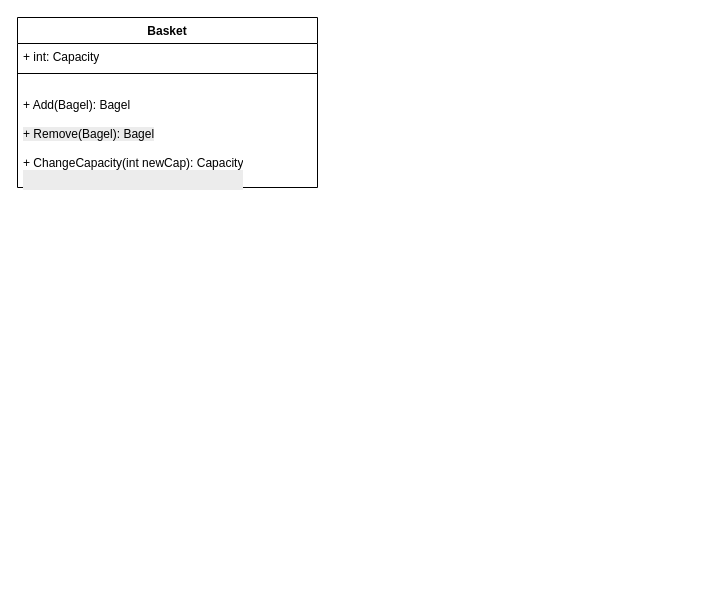
Earlier version of the draw.io diagram BobsBagel.drawio (Isabelltran/csharp-tdd-oop-bobs-bagels). Source tidied: cells renumbered, new cells numbered last; positions are measured from the earlier drawing's top-left corner, leaving out a move shared by most shapes. Both pictures are drawn from the tidied source at 100%, with x=0, y=0 at pixel (17, 17).
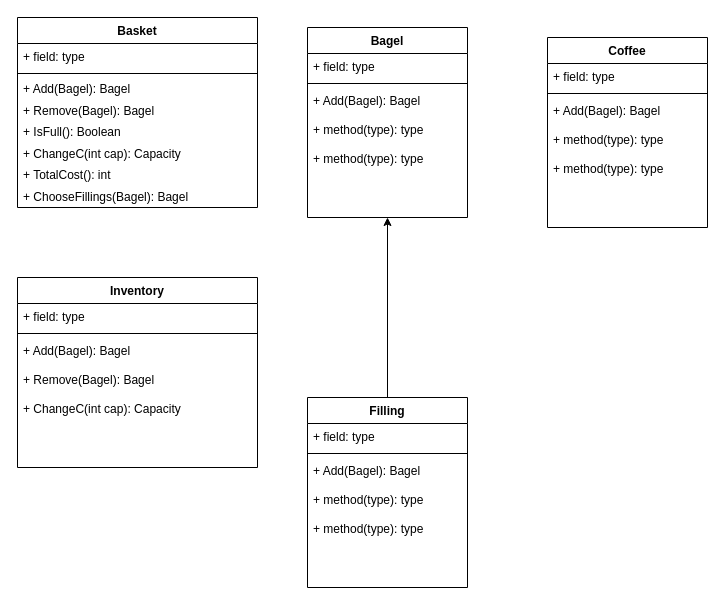
The same diagram, later.

Diff of the diagram source:
```diff
@@
-    <mxCell id="2" value="Basket&lt;div&gt;&lt;br&gt;&lt;/div&gt;" style="swimlane;fontStyle=1;align=center;verticalAlign=top;horizontal=1;startSize=26;whiteSpace=wrap;html=1;" parent="1" vertex="1">
-      <mxGeometry width="300" height="170" as="geometry" />
+    <mxCell id="2" value="Basket" style="swimlane;fontStyle=1;align=center;verticalAlign=top;horizontal=1;startSize=26;whiteSpace=wrap;html=1;" parent="1" vertex="1">
+      <mxGeometry width="240" height="190" as="geometry" />
     </mxCell>
-    <mxCell id="3" value="+ int: Capacity" style="text;strokeColor=none;fillColor=none;align=left;verticalAlign=top;spacingLeft=4;spacingRight=4;overflow=hidden;whiteSpace=wrap;html=1;" parent="2" vertex="1">
-      <mxGeometry y="26" width="300" height="26" as="geometry" />
-    </mxCell>
-    <mxCell id="4" style="line;strokeWidth=1;fillColor=none;align=left;verticalAlign=middle;spacingTop=-1;spacingLeft=3;spacingRight=3;labelPosition=right;strokeColor=inherit;" parent="2" vertex="1">
-      <mxGeometry y="52" width="300" height="8" as="geometry" />
-    </mxCell>
-    <mxCell id="5" value="&lt;br&gt;+ Add(Bagel): Bagel&lt;div&gt;&lt;br style=&quot;forced-color-adjust: none; color: rgb(0, 0, 0); font-family: Helvetica; font-size: 12px; font-style: normal; font-variant-ligatures: normal; font-variant-caps: normal; font-weight: 400; letter-spacing: normal; orphans: 2; text-align: left; text-indent: 0px; text-transform: none; widows: 2; word-spacing: 0px; -webkit-text-stroke-width: 0px; white-space: normal; background-color: rgb(236, 236, 236); text-decoration-thickness: initial; text-decoration-style: initial; text-decoration-color: initial;&quot;&gt;&lt;span style=&quot;color: rgb(0, 0, 0); font-family: Helvetica; font-size: 12px; font-style: normal; font-variant-ligatures: normal; font-variant-caps: normal; font-weight: 400; letter-spacing: normal; orphans: 2; text-align: left; text-indent: 0px; text-transform: none; widows: 2; word-spacing: 0px; -webkit-text-stroke-width: 0px; white-space: normal; background-color: rgb(236, 236, 236); text-decoration-thickness: initial; text-decoration-style: initial; text-decoration-color: initial; float: none; display: inline !important;&quot;&gt;+ Remove(Bagel): Bagel&lt;/span&gt;&lt;/div&gt;&lt;div&gt;&lt;br&gt;&lt;/div&gt;&lt;div&gt;+ ChangeCapacity(int newCap): Capacity&lt;br&gt;&lt;div style=&quot;forced-color-adjust: none; color: rgb(0, 0, 0); font-family: Helvetica; font-size: 12px; font-style: normal; font-variant-ligatures: normal; font-variant-caps: normal; font-weight: 400; letter-spacing: normal; orphans: 2; text-align: left; text-indent: 0px; text-transform: none; widows: 2; word-spacing: 0px; -webkit-text-stroke-width: 0px; white-space: normal; background-color: rgb(236, 236, 236); text-decoration-thickness: initial; text-decoration-style: initial; text-decoration-color: initial;&quot;&gt;&lt;br style=&quot;forced-color-adjust: none; color: rgb(0, 0, 0); font-family: Helvetica; font-size: 12px; font-style: normal; font-variant-ligatures: normal; font-variant-caps: normal; font-weight: 400; letter-spacing: normal; orphans: 2; text-align: left; text-indent: 0px; text-transform: none; widows: 2; word-spacing: 0px; -webkit-text-stroke-width: 0px; white-space: normal; background-color: rgb(236, 236, 236); text-decoration-thickness: initial; text-decoration-style: initial; text-decoration-color: initial;&quot;&gt;&lt;br style=&quot;forced-color-adjust: none;&quot;&gt;&lt;/div&gt;&lt;br&gt;&lt;br&gt;&lt;/div&gt;" style="text;strokeColor=none;fillColor=none;align=left;verticalAlign=top;spacingLeft=4;spacingRight=4;overflow=hidden;whiteSpace=wrap;html=1;" parent="2" vertex="1">
-      <mxGeometry y="60" width="300" height="110" as="geometry" />
-    </mxCell>
+    <mxCell id="6" value="+ field: type" style="text;strokeColor=none;fillColor=none;align=left;verticalAlign=top;spacingLeft=4;spacingRight=4;overflow=hidden;whiteSpace=wrap;html=1;" parent="2" vertex="1">
+      <mxGeometry y="26" width="240" height="26" as="geometry" />
+    </mxCell>
+    <mxCell id="7" style="line;strokeWidth=1;fillColor=none;align=left;verticalAlign=middle;spacingTop=-1;spacingLeft=3;spacingRight=3;labelPosition=right;strokeColor=inherit;" parent="2" vertex="1">
+      <mxGeometry y="52" width="240" height="8" as="geometry" />
+    </mxCell>
+    <mxCell id="8" value="&lt;div style=&quot;line-height: 90%;&quot;&gt;+ Add(Bagel): Bagel&lt;div&gt;&lt;br&gt;&lt;div&gt;+ Remove(Bagel): Bagel&lt;/div&gt;&lt;div&gt;&lt;br&gt;&lt;/div&gt;&lt;div&gt;+ IsFull(): Boolean&lt;/div&gt;&lt;div&gt;&lt;br&gt;&lt;/div&gt;&lt;div&gt;+ ChangeC(int cap): Capacity&lt;/div&gt;&lt;div&gt;&lt;br&gt;&lt;/div&gt;&lt;div&gt;+ TotalCost(): int&lt;/div&gt;&lt;div&gt;&lt;br&gt;&lt;/div&gt;&lt;div&gt;+ ChooseFillings(Bagel): Bagel&lt;br&gt;&lt;div&gt;&lt;br&gt;&lt;/div&gt;&lt;div&gt;&lt;/div&gt;&lt;/div&gt;&lt;/div&gt;&lt;/div&gt;" style="text;strokeColor=none;fillColor=none;align=left;verticalAlign=top;spacingLeft=4;spacingRight=4;overflow=hidden;whiteSpace=wrap;html=1;" parent="2" vertex="1">
+      <mxGeometry y="60" width="240" height="130" as="geometry" />
+    </mxCell>
+    <mxCell id="9" value="Bagel" style="swimlane;fontStyle=1;align=center;verticalAlign=top;horizontal=1;startSize=26;whiteSpace=wrap;html=1;" parent="1" vertex="1">
+      <mxGeometry x="290" y="10" width="160" height="190" as="geometry" />
+    </mxCell>
+    <mxCell id="10" value="+ field: type" style="text;strokeColor=none;fillColor=none;align=left;verticalAlign=top;spacingLeft=4;spacingRight=4;overflow=hidden;whiteSpace=wrap;html=1;" parent="9" vertex="1">
+      <mxGeometry y="26" width="160" height="26" as="geometry" />
+    </mxCell>
+    <mxCell id="11" style="line;strokeWidth=1;fillColor=none;align=left;verticalAlign=middle;spacingTop=-1;spacingLeft=3;spacingRight=3;labelPosition=right;strokeColor=inherit;" parent="9" vertex="1">
+      <mxGeometry y="52" width="160" height="8" as="geometry" />
+    </mxCell>
+    <mxCell id="12" value="+ Add(Bagel): Bagel&lt;div&gt;&lt;br&gt;&lt;div&gt;+ method(type): type&lt;/div&gt;&lt;div&gt;&lt;br&gt;&lt;/div&gt;&lt;div&gt;+ method(type): type&lt;br&gt;&lt;div&gt;&lt;br&gt;&lt;/div&gt;&lt;div&gt;&lt;br&gt;&lt;/div&gt;&lt;/div&gt;&lt;/div&gt;" style="text;strokeColor=none;fillColor=none;align=left;verticalAlign=top;spacingLeft=4;spacingRight=4;overflow=hidden;points=[[0,0.5],[1,0.5]];portConstraint=eastwest;whiteSpace=wrap;html=1;" parent="9" vertex="1">
+      <mxGeometry y="60" width="160" height="130" as="geometry" />
+    </mxCell>
+    <mxCell id="13" value="Filling" style="swimlane;fontStyle=1;align=center;verticalAlign=top;horizontal=1;startSize=26;whiteSpace=wrap;html=1;" parent="1" vertex="1">
+      <mxGeometry x="290" y="380" width="160" height="190" as="geometry" />
+    </mxCell>
+    <mxCell id="14" value="+ field: type" style="text;strokeColor=none;fillColor=none;align=left;verticalAlign=top;spacingLeft=4;spacingRight=4;overflow=hidden;whiteSpace=wrap;html=1;" parent="13" vertex="1">
+      <mxGeometry y="26" width="160" height="26" as="geometry" />
+    </mxCell>
+    <mxCell id="15" style="line;strokeWidth=1;fillColor=none;align=left;verticalAlign=middle;spacingTop=-1;spacingLeft=3;spacingRight=3;labelPosition=right;strokeColor=inherit;" parent="13" vertex="1">
+      <mxGeometry y="52" width="160" height="8" as="geometry" />
+    </mxCell>
+    <mxCell id="16" value="+ Add(Bagel): Bagel&lt;div&gt;&lt;br&gt;&lt;div&gt;+ method(type): type&lt;/div&gt;&lt;div&gt;&lt;br&gt;&lt;/div&gt;&lt;div&gt;+ method(type): type&lt;br&gt;&lt;div&gt;&lt;br&gt;&lt;/div&gt;&lt;div&gt;&lt;br&gt;&lt;/div&gt;&lt;/div&gt;&lt;/div&gt;" style="text;strokeColor=none;fillColor=none;align=left;verticalAlign=top;spacingLeft=4;spacingRight=4;overflow=hidden;whiteSpace=wrap;html=1;" parent="13" vertex="1">
+      <mxGeometry y="60" width="160" height="130" as="geometry" />
+    </mxCell>
+    <mxCell id="17" value="Coffee" style="swimlane;fontStyle=1;align=center;verticalAlign=top;horizontal=1;startSize=26;whiteSpace=wrap;html=1;" parent="1" vertex="1">
+      <mxGeometry x="530" y="20" width="160" height="190" as="geometry" />
+    </mxCell>
+    <mxCell id="18" value="+ field: type" style="text;strokeColor=none;fillColor=none;align=left;verticalAlign=top;spacingLeft=4;spacingRight=4;overflow=hidden;whiteSpace=wrap;html=1;" parent="17" vertex="1">
+      <mxGeometry y="26" width="160" height="26" as="geometry" />
+    </mxCell>
+    <mxCell id="19" style="line;strokeWidth=1;fillColor=none;align=left;verticalAlign=middle;spacingTop=-1;spacingLeft=3;spacingRight=3;labelPosition=right;strokeColor=inherit;" parent="17" vertex="1">
+      <mxGeometry y="52" width="160" height="8" as="geometry" />
+    </mxCell>
+    <mxCell id="20" value="+ Add(Bagel): Bagel&lt;div&gt;&lt;br&gt;&lt;div&gt;+ method(type): type&lt;/div&gt;&lt;div&gt;&lt;br&gt;&lt;/div&gt;&lt;div&gt;+ method(type): type&lt;br&gt;&lt;div&gt;&lt;br&gt;&lt;/div&gt;&lt;div&gt;&lt;br&gt;&lt;/div&gt;&lt;/div&gt;&lt;/div&gt;" style="text;strokeColor=none;fillColor=none;align=left;verticalAlign=top;spacingLeft=4;spacingRight=4;overflow=hidden;whiteSpace=wrap;html=1;" parent="17" vertex="1">
+      <mxGeometry y="60" width="160" height="130" as="geometry" />
+    </mxCell>
+    <mxCell id="21" style="endArrow=classic;html=1;rounded=0;" parent="1" edge="1" source="13" target="12">
+      <mxGeometry relative="1" as="geometry" />
+    </mxCell>
+    <mxCell id="22" value="Inventory" style="swimlane;fontStyle=1;align=center;verticalAlign=top;horizontal=1;startSize=26;whiteSpace=wrap;html=1;" parent="1" vertex="1">
+      <mxGeometry y="260" width="240" height="190" as="geometry" />
+    </mxCell>
+    <mxCell id="23" value="+ field: type" style="text;strokeColor=none;fillColor=none;align=left;verticalAlign=top;spacingLeft=4;spacingRight=4;overflow=hidden;whiteSpace=wrap;html=1;" parent="22" vertex="1">
+      <mxGeometry y="26" width="240" height="26" as="geometry" />
+    </mxCell>
+    <mxCell id="24" style="line;strokeWidth=1;fillColor=none;align=left;verticalAlign=middle;spacingTop=-1;spacingLeft=3;spacingRight=3;labelPosition=right;strokeColor=inherit;" parent="22" vertex="1">
+      <mxGeometry y="52" width="240" height="8" as="geometry" />
+    </mxCell>
+    <mxCell id="25" value="+ Add(Bagel): Bagel&lt;div&gt;&lt;br&gt;&lt;div&gt;+ Remove(Bagel): Bagel&lt;/div&gt;&lt;div&gt;&lt;br&gt;&lt;/div&gt;&lt;div&gt;+ ChangeC(int cap): Capacity&lt;br&gt;&lt;div&gt;&lt;br&gt;&lt;/div&gt;&lt;div&gt;&lt;br&gt;&lt;/div&gt;&lt;/div&gt;&lt;/div&gt;" style="text;strokeColor=none;fillColor=none;align=left;verticalAlign=top;spacingLeft=4;spacingRight=4;overflow=hidden;whiteSpace=wrap;html=1;" parent="22" vertex="1">
+      <mxGeometry y="60" width="240" height="130" as="geometry" />
+    </mxCell>
```
